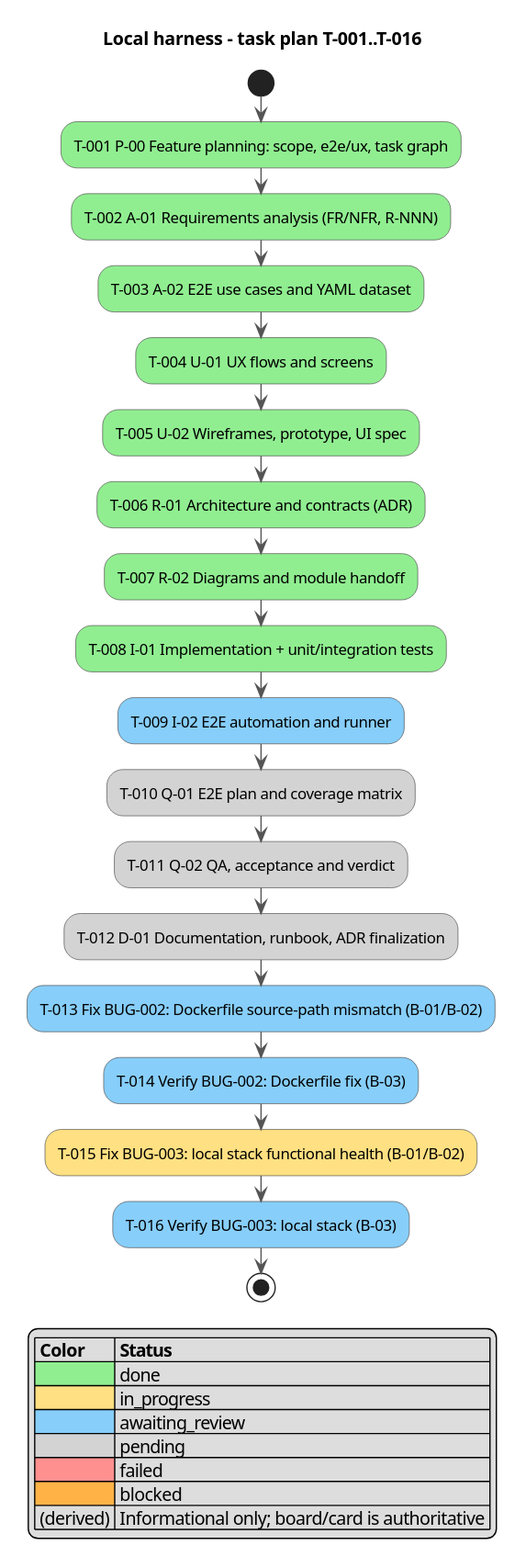
serge-sasov/ai-task-tracker keeps this PlantUML diagram as docs/activity.svg. Above is the earlier version.
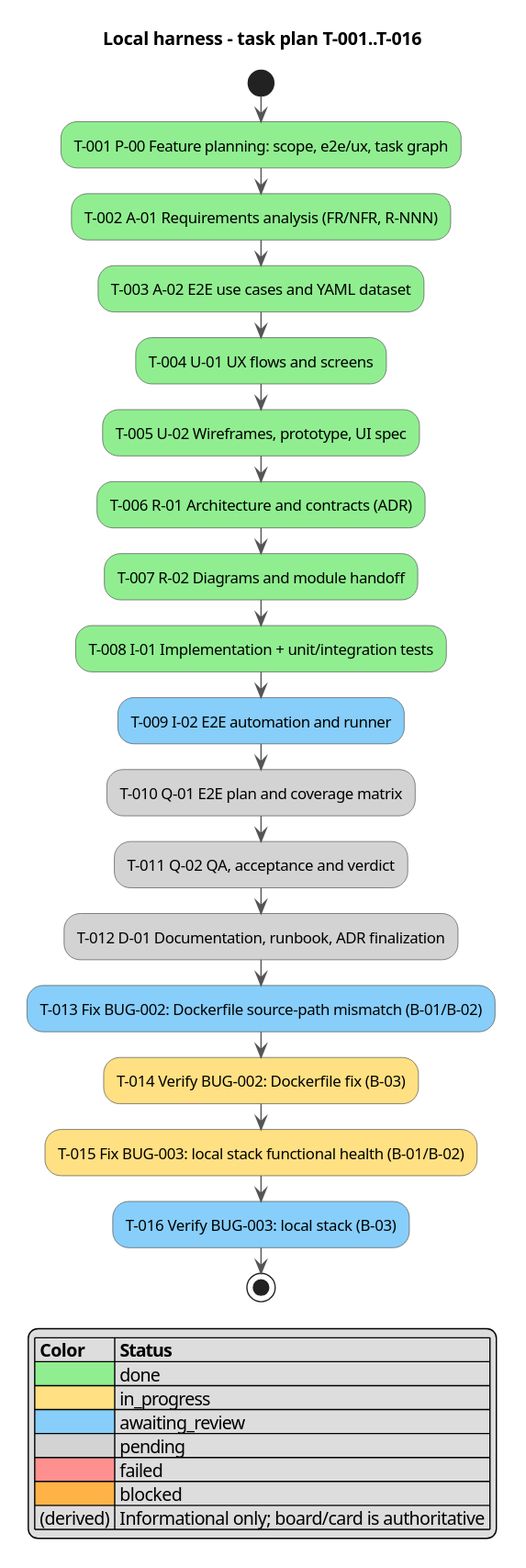
The same file after the commit.

Diff of the diagram source:
```diff
@@ -19,7 +19,7 @@
 :T-011 Q-02 QA, acceptance and verdict; <<#D3D3D3>>
 :T-012 D-01 Documentation, runbook, ADR finalization; <<#D3D3D3>>
 :T-013 Fix BUG-002: Dockerfile source-path mismatch (B-01/B-02); <<#87CEFA>>
-:T-014 Verify BUG-002: Dockerfile fix (B-03); <<#87CEFA>>
+:T-014 Verify BUG-002: Dockerfile fix (B-03); <<#FFE082>>
 :T-015 Fix BUG-003: local stack functional health (B-01/B-02); <<#FFE082>>
 :T-016 Verify BUG-003: local stack (B-03); <<#87CEFA>>
 stop
```
